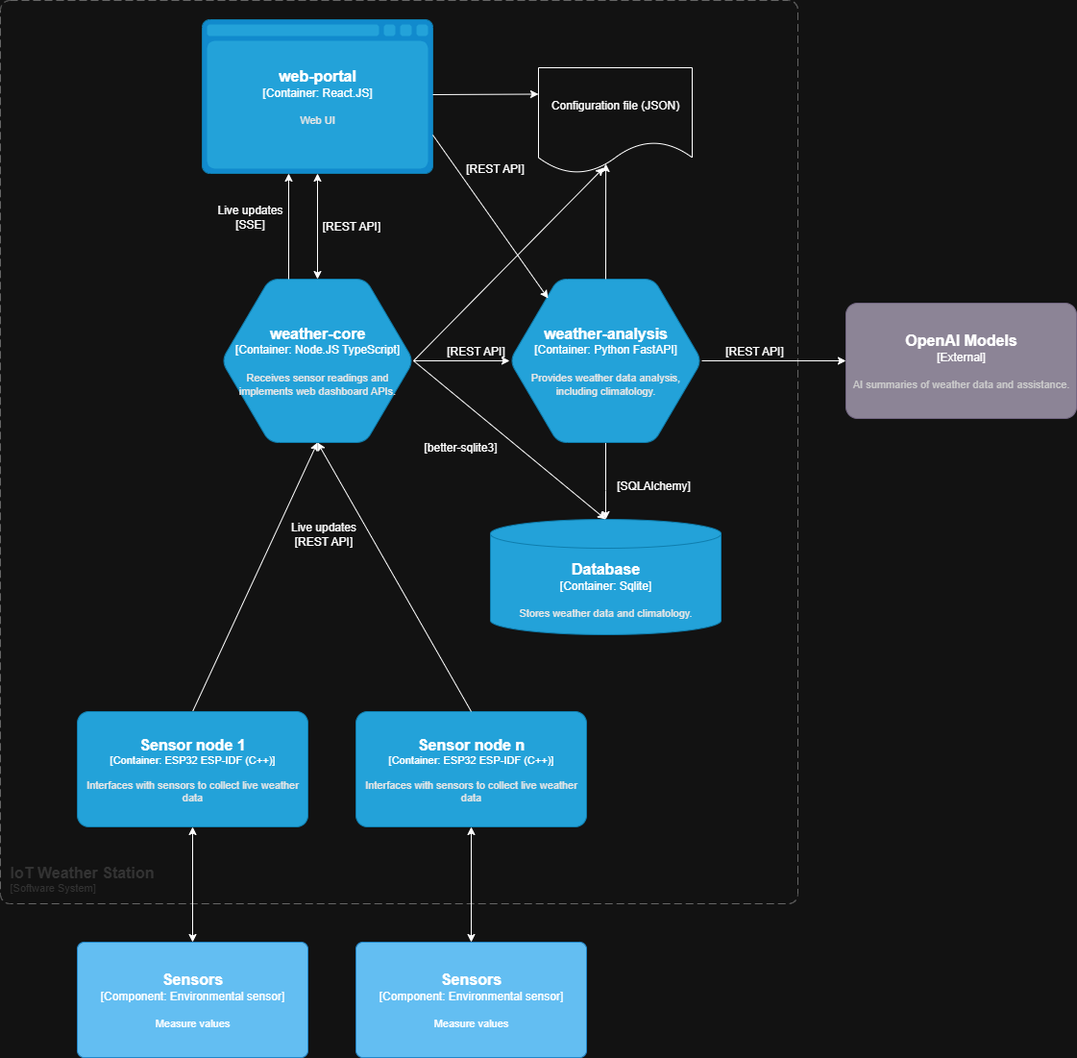
Above: architecture.drawio.png in al-c95/IoTWeatherStation (draw.io), before the change. Source tidied: cells renumbered, new cells last; positions are measured from the earlier drawing's top-left corner, leaving out a move shared by most shapes.
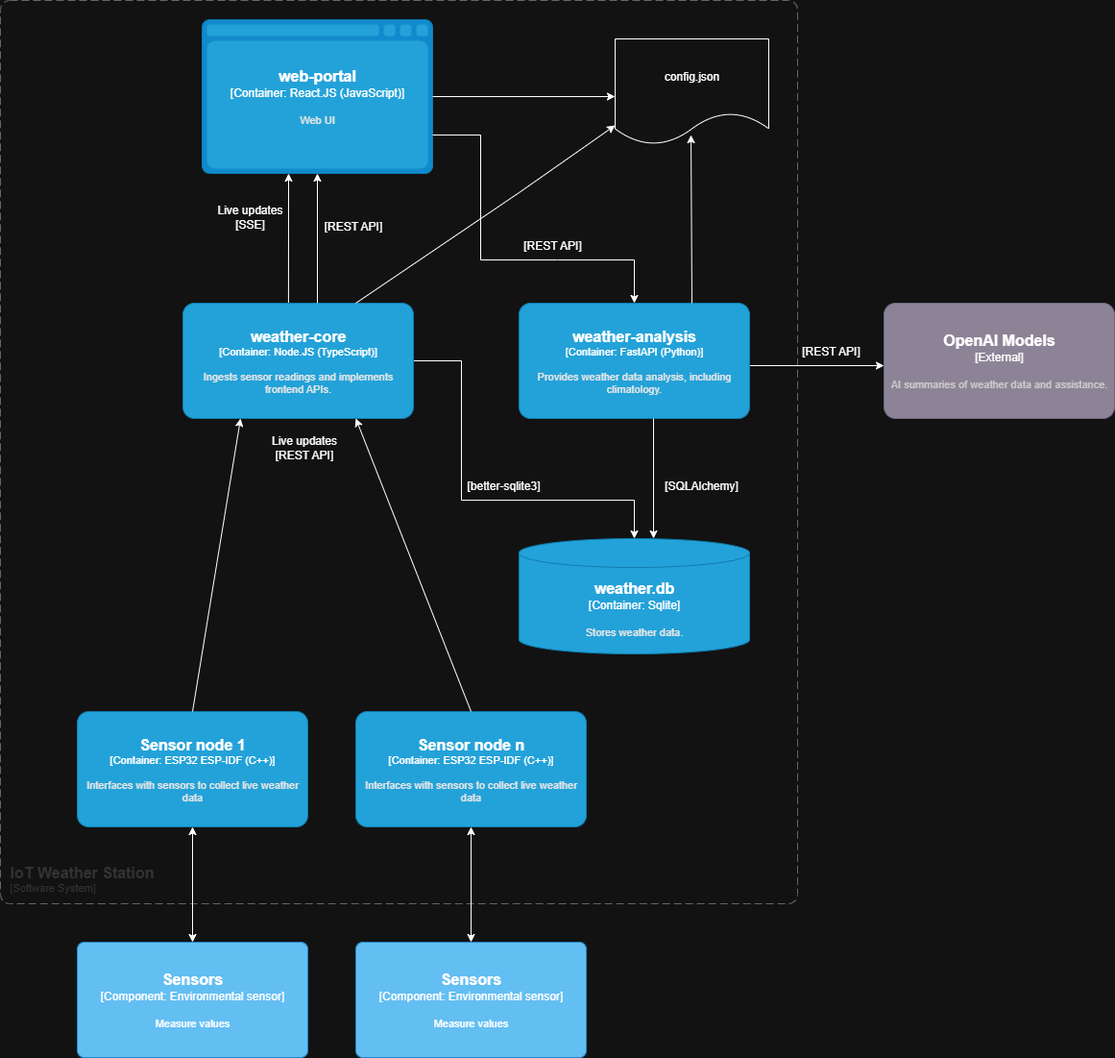
After the commit.

What changed in the source:
```diff
@@ -2,19 +2,14 @@
   <root>
     <mxCell id="0" />
     <mxCell id="1" parent="0" />
-    <object id="2" label="&lt;font style=&quot;font-size: 16px&quot;&gt;&lt;b&gt;%c4Name%&lt;/b&gt;&lt;/font&gt;&lt;div&gt;[%c4Type%:&amp;nbsp;%c4Technology%]&lt;/div&gt;&lt;br&gt;&lt;div&gt;&lt;font style=&quot;font-size: 11px&quot;&gt;&lt;font color=&quot;#E6E6E6&quot;&gt;%c4Description%&lt;/font&gt;&lt;/div&gt;" c4Description="Receives sensor readings and implements web dashboard APIs." c4Name="weather-core" c4Technology="Node.JS TypeScript" c4Type="Container" placeholders="1">
-      <mxCell style="shape=hexagon;size=50;perimeter=hexagonPerimeter2;whiteSpace=wrap;html=1;fixedSize=1;rounded=1;labelBackgroundColor=none;fillColor=#23A2D9;fontSize=12;fontColor=#ffffff;align=center;strokeColor=#0E7DAD;points=[[0.5,0,0],[1,0.25,0],[1,0.5,0],[1,0.75,0],[0.5,1,0],[0,0.75,0],[0,0.5,0],[0,0.25,0]];" parent="1" vertex="1">
-        <mxGeometry x="230" y="290" width="200" height="170" as="geometry" />
-      </mxCell>
-    </object>
-    <object id="3" label="&lt;font style=&quot;font-size: 16px&quot;&gt;&lt;b&gt;%c4Name%&lt;/b&gt;&lt;/font&gt;&lt;div&gt;[%c4Type%:&amp;nbsp;%c4Technology%]&lt;/div&gt;&lt;br&gt;&lt;div&gt;&lt;font style=&quot;font-size: 11px&quot;&gt;&lt;font color=&quot;#E6E6E6&quot;&gt;%c4Description%&lt;/font&gt;&lt;/div&gt;" c4Description="Web UI" c4Name="web-portal" c4Technology="React.JS" c4Type="Container" placeholders="1">
+    <object id="3" label="&lt;font style=&quot;font-size: 16px&quot;&gt;&lt;b&gt;%c4Name%&lt;/b&gt;&lt;/font&gt;&lt;div&gt;[%c4Type%:&amp;nbsp;%c4Technology%]&lt;/div&gt;&lt;br&gt;&lt;div&gt;&lt;font style=&quot;font-size: 11px&quot;&gt;&lt;font color=&quot;#E6E6E6&quot;&gt;%c4Description%&lt;/font&gt;&lt;/div&gt;" c4Description="Web UI" c4Name="web-portal" c4Technology="React.JS (JavaScript)" c4Type="Container" placeholders="1">
       <mxCell style="shape=mxgraph.c4.webBrowserContainer2;whiteSpace=wrap;html=1;boundedLbl=1;rounded=0;labelBackgroundColor=none;strokeColor=#118ACD;fillColor=#23A2D9;strokeColor=#118ACD;strokeColor2=#0E7DAD;fontSize=12;fontColor=#ffffff;align=center;points=[[0.5,0,0],[1,0.25,0],[1,0.5,0],[1,0.75,0],[0.5,1,0],[0,0.75,0],[0,0.5,0],[0,0.25,0]];" parent="1" vertex="1">
         <mxGeometry x="210" y="20" width="240" height="160" as="geometry" />
       </mxCell>
     </object>
-    <object id="4" label="&lt;font style=&quot;font-size: 16px&quot;&gt;&lt;b&gt;%c4Name%&lt;/b&gt;&lt;/font&gt;&lt;div&gt;[%c4Type%:&amp;nbsp;%c4Technology%]&lt;/div&gt;&lt;br&gt;&lt;div&gt;&lt;font style=&quot;font-size: 11px&quot;&gt;&lt;font color=&quot;#E6E6E6&quot;&gt;%c4Description%&lt;/font&gt;&lt;/div&gt;" c4Description="Stores weather data and climatology." c4Name="Database" c4Technology="Sqlite" c4Type="Container" placeholders="1">
+    <object id="4" label="&lt;font style=&quot;font-size: 16px&quot;&gt;&lt;b&gt;%c4Name%&lt;/b&gt;&lt;/font&gt;&lt;div&gt;[%c4Type%:&amp;nbsp;%c4Technology%]&lt;/div&gt;&lt;br&gt;&lt;div&gt;&lt;font style=&quot;font-size: 11px&quot;&gt;&lt;font color=&quot;#E6E6E6&quot;&gt;%c4Description%&lt;/font&gt;&lt;/div&gt;" c4Description="Stores weather data." c4Name="weather.db" c4Technology="Sqlite" c4Type="Container" placeholders="1">
       <mxCell style="shape=cylinder3;size=15;whiteSpace=wrap;html=1;boundedLbl=1;rounded=0;labelBackgroundColor=none;fillColor=#23A2D9;fontSize=12;fontColor=#ffffff;align=center;strokeColor=#0E7DAD;points=[[0.5,0,0],[1,0.25,0],[1,0.5,0],[1,0.75,0],[0.5,1,0],[0,0.75,0],[0,0.5,0],[0,0.25,0]];" parent="1" vertex="1">
-        <mxGeometry x="510" y="540" width="240" height="120" as="geometry" />
+        <mxGeometry x="540" y="560" width="240" height="120" as="geometry" />
       </mxCell>
     </object>
     <object id="5" label="&lt;font style=&quot;font-size: 16px&quot;&gt;&lt;b&gt;&lt;div style=&quot;text-align: left&quot;&gt;%c4Name%&lt;/div&gt;&lt;/b&gt;&lt;/font&gt;&lt;div style=&quot;text-align: left&quot;&gt;[%c4Application%]&lt;/div&gt;" c4Application="Software System" c4Name="IoT Weather Station" c4Type="SystemScopeBoundary" placeholders="1">
@@ -24,7 +19,7 @@
     </object>
     <object id="6" label="&lt;font style=&quot;font-size: 16px&quot;&gt;&lt;b&gt;%c4Name%&lt;/b&gt;&lt;/font&gt;&lt;div&gt;[%c4Type%]&lt;/div&gt;&lt;br&gt;&lt;div&gt;&lt;font style=&quot;font-size: 11px&quot;&gt;&lt;font color=&quot;#cccccc&quot;&gt;%c4Description%&lt;/font&gt;&lt;/div&gt;" c4Description="AI summaries of weather data and assistance." c4Name="OpenAI Models" c4Type="External" placeholders="1">
       <mxCell style="rounded=1;whiteSpace=wrap;html=1;labelBackgroundColor=none;fillColor=#8C8496;fontColor=#ffffff;align=center;arcSize=10;strokeColor=#736782;points=[[0.25,0,0],[0.5,0,0],[0.75,0,0],[1,0.25,0],[1,0.5,0],[1,0.75,0],[0.75,1,0],[0.5,1,0],[0.25,1,0],[0,0.75,0],[0,0.5,0],[0,0.25,0]];" parent="1" vertex="1">
-        <mxGeometry x="880" y="315" width="240" height="120" as="geometry" />
+        <mxGeometry x="920" y="315" width="240" height="120" as="geometry" />
       </mxCell>
     </object>
     <object id="7" label="&lt;font style=&quot;font-size: 16px&quot;&gt;&lt;b&gt;%c4Name%&lt;/b&gt;&lt;/font&gt;&lt;div&gt;[%c4Type%: %c4Technology%]&lt;/div&gt;&lt;br&gt;&lt;div&gt;&lt;font style=&quot;font-size: 11px&quot;&gt;%c4Description%&lt;/font&gt;&lt;/div&gt;" c4Description="Measure values" c4Name="Sensors" c4Technology="Environmental sensor" c4Type="Component" placeholders="1">
@@ -32,62 +27,35 @@
         <mxGeometry x="80" y="980" width="240" height="120" as="geometry" />
       </mxCell>
     </object>
-    <mxCell id="8" style="endArrow=classic;startArrow=classic;html=1;rounded=0;entryX=0.5;entryY=1;entryDx=0;entryDy=0;entryPerimeter=0;exitX=0.5;exitY=0;exitDx=0;exitDy=0;exitPerimeter=0;" parent="1" edge="1" source="2" target="3">
-      <mxGeometry relative="1" as="geometry" />
-    </mxCell>
-    <mxCell id="9" style="endArrow=classic;startArrow=none;html=1;rounded=0;entryX=0.5;entryY=1;entryDx=0;entryDy=0;entryPerimeter=0;startFill=0;" parent="1" edge="1" target="2">
-      <mxGeometry relative="1" as="geometry">
-        <mxPoint x="200" y="740" as="sourcePoint" />
-      </mxGeometry>
-    </mxCell>
-    <mxCell id="10" style="endArrow=classic;startArrow=classic;html=1;rounded=0;exitX=0.5;exitY=0;exitDx=0;exitDy=0;exitPerimeter=0;entryX=0.5;entryY=0;entryDx=0;entryDy=0;entryPerimeter=0;" parent="1" edge="1" source="18" target="4">
-      <mxGeometry relative="1" as="geometry">
-        <Array as="points">
-          <mxPoint x="630" y="440" />
-          <mxPoint x="630" y="510" />
-        </Array>
-      </mxGeometry>
-    </mxCell>
     <object id="11" label="&lt;font style=&quot;font-size: 16px&quot;&gt;&lt;b&gt;%c4Name%&lt;/b&gt;&lt;/font&gt;&lt;div&gt;[%c4Type%: %c4Technology%]&lt;/div&gt;&lt;br&gt;&lt;div&gt;&lt;font style=&quot;font-size: 11px&quot;&gt;&lt;font color=&quot;#E6E6E6&quot;&gt;%c4Description%&lt;/font&gt;&lt;/div&gt;" c4Description="Interfaces with sensors to collect live weather data" c4Name="Sensor node 1" c4Technology="ESP32 ESP-IDF (C++)" c4Type="Container" placeholders="1">
       <mxCell style="rounded=1;whiteSpace=wrap;html=1;fontSize=11;labelBackgroundColor=none;fillColor=#23A2D9;fontColor=#ffffff;align=center;arcSize=10;strokeColor=#0E7DAD;points=[[0.25,0,0],[0.5,0,0],[0.75,0,0],[1,0.25,0],[1,0.5,0],[1,0.75,0],[0.75,1,0],[0.5,1,0],[0.25,1,0],[0,0.75,0],[0,0.5,0],[0,0.25,0]];" parent="1" vertex="1">
         <mxGeometry x="80" y="740" width="240" height="120" as="geometry" />
       </mxCell>
     </object>
     <mxCell id="12" value="[REST API]" style="text;html=1;align=center;verticalAlign=middle;whiteSpace=wrap;rounded=0;" parent="1" vertex="1">
-      <mxGeometry x="750" y="350" width="70" height="30" as="geometry" />
+      <mxGeometry x="830" y="350" width="70" height="30" as="geometry" />
     </mxCell>
     <mxCell id="13" value="[SQLAlchemy]" style="text;html=1;align=center;verticalAlign=middle;whiteSpace=wrap;rounded=0;" parent="1" vertex="1">
-      <mxGeometry x="640" y="490" width="80" height="30" as="geometry" />
+      <mxGeometry x="690" y="490" width="80" height="30" as="geometry" />
     </mxCell>
     <mxCell id="14" value="[REST API]" style="text;html=1;align=center;verticalAlign=middle;whiteSpace=wrap;rounded=0;" parent="1" vertex="1">
-      <mxGeometry x="327.5" y="220" width="75" height="30" as="geometry" />
+      <mxGeometry x="330" y="220" width="75" height="30" as="geometry" />
     </mxCell>
-    <mxCell id="15" style="endArrow=classic;html=1;rounded=0;" parent="1" edge="1">
+    <mxCell id="15" style="endArrow=classic;html=1;rounded=0;exitX=0.458;exitY=0.042;exitDx=0;exitDy=0;exitPerimeter=0;" parent="1" edge="1" source="35">
       <mxGeometry relative="1" as="geometry">
-        <mxPoint x="300" y="290" as="sourcePoint" />
         <mxPoint x="300" y="180" as="targetPoint" />
       </mxGeometry>
     </mxCell>
     <mxCell id="16" value="Live updates&lt;div&gt;[REST API]&lt;/div&gt;" style="text;html=1;align=center;verticalAlign=middle;whiteSpace=wrap;rounded=0;" parent="1" vertex="1">
-      <mxGeometry x="290" y="540" width="92.5" height="30" as="geometry" />
+      <mxGeometry x="270" y="450" width="92.5" height="30" as="geometry" />
     </mxCell>
     <mxCell id="17" value="Live updates&lt;div&gt;[SSE]&lt;/div&gt;" style="text;html=1;align=center;verticalAlign=middle;whiteSpace=wrap;rounded=0;" parent="1" vertex="1">
       <mxGeometry x="220" y="210" width="80" height="30" as="geometry" />
     </mxCell>
-    <object id="18" label="&lt;font style=&quot;font-size: 16px&quot;&gt;&lt;b&gt;%c4Name%&lt;/b&gt;&lt;/font&gt;&lt;div&gt;[%c4Type%:&amp;nbsp;%c4Technology%]&lt;/div&gt;&lt;br&gt;&lt;div&gt;&lt;font style=&quot;font-size: 11px&quot;&gt;&lt;font color=&quot;#E6E6E6&quot;&gt;%c4Description%&lt;/font&gt;&lt;/div&gt;" c4Description="Provides weather data analysis, including climatology." c4Name="weather-analysis" c4Technology="Python FastAPI" c4Type="Container" placeholders="1">
-      <mxCell style="shape=hexagon;size=50;perimeter=hexagonPerimeter2;whiteSpace=wrap;html=1;fixedSize=1;rounded=1;labelBackgroundColor=none;fillColor=#23A2D9;fontSize=12;fontColor=#ffffff;align=center;strokeColor=#0E7DAD;points=[[0.5,0,0],[1,0.25,0],[1,0.5,0],[1,0.75,0],[0.5,1,0],[0,0.75,0],[0,0.5,0],[0,0.25,0]];" parent="1" vertex="1">
-        <mxGeometry x="530" y="290" width="200" height="170" as="geometry" />
-      </mxCell>
-    </object>
-    <mxCell id="19" style="endArrow=classic;html=1;rounded=0;exitX=1;exitY=0.5;exitDx=0;exitDy=0;exitPerimeter=0;entryX=0;entryY=0.5;entryDx=0;entryDy=0;entryPerimeter=0;" parent="1" edge="1" source="2" target="18">
-      <mxGeometry relative="1" as="geometry" />
-    </mxCell>
-    <mxCell id="20" value="[REST API]" style="text;html=1;align=center;verticalAlign=middle;whiteSpace=wrap;rounded=0;" parent="1" vertex="1">
-      <mxGeometry x="460" y="350" width="70" height="30" as="geometry" />
-    </mxCell>
-    <mxCell id="21" style="endArrow=classic;html=1;rounded=0;entryX=0;entryY=0.5;entryDx=0;entryDy=0;entryPerimeter=0;" parent="1" edge="1" target="6">
+    <mxCell id="21" style="endArrow=classic;html=1;rounded=0;" parent="1" edge="1">
       <mxGeometry relative="1" as="geometry">
-        <mxPoint x="730" y="375" as="sourcePoint" />
+        <mxPoint x="770" y="380" as="sourcePoint" />
+        <mxPoint x="920" y="380" as="targetPoint" />
       </mxGeometry>
     </mxCell>
     <object id="22" label="&lt;font style=&quot;font-size: 16px&quot;&gt;&lt;b&gt;%c4Name%&lt;/b&gt;&lt;/font&gt;&lt;div&gt;[%c4Type%: %c4Technology%]&lt;/div&gt;&lt;br&gt;&lt;div&gt;&lt;font style=&quot;font-size: 11px&quot;&gt;&lt;font color=&quot;#E6E6E6&quot;&gt;%c4Description%&lt;/font&gt;&lt;/div&gt;" c4Description="Interfaces with sensors to collect live weather data" c4Name="Sensor node n" c4Technology="ESP32 ESP-IDF (C++)" c4Type="Container" placeholders="1">
@@ -95,11 +63,6 @@
         <mxGeometry x="370" y="740" width="240" height="120" as="geometry" />
       </mxCell>
     </object>
-    <mxCell id="23" style="endArrow=classic;html=1;rounded=0;exitX=0.5;exitY=0;exitDx=0;exitDy=0;exitPerimeter=0;" parent="1" edge="1" source="22">
-      <mxGeometry relative="1" as="geometry">
-        <mxPoint x="330" y="460" as="targetPoint" />
-      </mxGeometry>
-    </mxCell>
     <object id="24" label="&lt;font style=&quot;font-size: 16px&quot;&gt;&lt;b&gt;%c4Name%&lt;/b&gt;&lt;/font&gt;&lt;div&gt;[%c4Type%: %c4Technology%]&lt;/div&gt;&lt;br&gt;&lt;div&gt;&lt;font style=&quot;font-size: 11px&quot;&gt;%c4Description%&lt;/font&gt;&lt;/div&gt;" c4Description="Measure values" c4Name="Sensors" c4Technology="Environmental sensor" c4Type="Component" placeholders="1">
       <mxCell style="rounded=1;whiteSpace=wrap;html=1;labelBackgroundColor=none;fillColor=#63BEF2;fontColor=#ffffff;align=center;arcSize=6;strokeColor=#2086C9;points=[[0.25,0,0],[0.5,0,0],[0.75,0,0],[1,0.25,0],[1,0.5,0],[1,0.75,0],[0.75,1,0],[0.5,1,0],[0.25,1,0],[0,0.75,0],[0,0.5,0],[0,0.25,0]];" parent="1" vertex="1">
         <mxGeometry x="370" y="980" width="240" height="120" as="geometry" />
@@ -111,35 +74,83 @@
     <mxCell id="26" style="endArrow=classic;startArrow=classic;html=1;rounded=0;entryX=0.5;entryY=1;entryDx=0;entryDy=0;entryPerimeter=0;exitX=0.5;exitY=0;exitDx=0;exitDy=0;exitPerimeter=0;" parent="1" edge="1" source="24" target="22">
       <mxGeometry relative="1" as="geometry" />
     </mxCell>
-    <mxCell id="27" style="endArrow=classic;html=1;rounded=0;exitX=1;exitY=0.5;exitDx=0;exitDy=0;exitPerimeter=0;" parent="1" edge="1" source="2">
+    <mxCell id="27" style="endArrow=classic;html=1;rounded=0;exitX=1;exitY=0.5;exitDx=0;exitDy=0;exitPerimeter=0;" parent="1" edge="1">
       <mxGeometry relative="1" as="geometry">
-        <mxPoint x="630" y="540" as="targetPoint" />
+        <mxPoint x="430" y="375" as="sourcePoint" />
+        <mxPoint x="660" y="560" as="targetPoint" />
+        <Array as="points">
+          <mxPoint x="480" y="375" />
+          <mxPoint x="480" y="520" />
+          <mxPoint x="660" y="520" />
+        </Array>
       </mxGeometry>
     </mxCell>
     <mxCell id="28" value="[better-sqlite3]" style="text;strokeColor=none;fillColor=none;align=left;verticalAlign=middle;spacingLeft=4;spacingRight=4;overflow=hidden;whiteSpace=wrap;html=1;" parent="1" vertex="1">
-      <mxGeometry x="435" y="450" width="90" height="30" as="geometry" />
+      <mxGeometry x="480" y="490" width="90" height="30" as="geometry" />
     </mxCell>
-    <mxCell id="29" value="Configuration file (JSON)" style="shape=document;whiteSpace=wrap;html=1;boundedLbl=1;" parent="1" vertex="1">
-      <mxGeometry x="560" y="70" width="160" height="110" as="geometry" />
+    <mxCell id="29" value="config.json" style="shape=document;whiteSpace=wrap;html=1;boundedLbl=1;" parent="1" vertex="1">
+      <mxGeometry x="640" y="40" width="160" height="110" as="geometry" />
     </mxCell>
-    <mxCell id="30" style="endArrow=classic;html=1;rounded=0;exitX=0.5;exitY=0;exitDx=0;exitDy=0;exitPerimeter=0;entryX=0.438;entryY=0.909;entryDx=0;entryDy=0;entryPerimeter=0;" parent="1" edge="1" source="18" target="29">
-      <mxGeometry relative="1" as="geometry" />
-    </mxCell>
-    <mxCell id="31" style="endArrow=classic;html=1;rounded=0;exitX=1;exitY=0.5;exitDx=0;exitDy=0;exitPerimeter=0;entryX=0.425;entryY=0.945;entryDx=0;entryDy=0;entryPerimeter=0;" parent="1" edge="1" source="2" target="29">
-      <mxGeometry relative="1" as="geometry" />
-    </mxCell>
-    <mxCell id="32" style="endArrow=classic;html=1;rounded=0;entryX=0;entryY=0.25;entryDx=0;entryDy=0;" parent="1" edge="1" target="29">
-      <mxGeometry relative="1" as="geometry">
-        <mxPoint x="450" y="98" as="sourcePoint" />
-      </mxGeometry>
-    </mxCell>
-    <mxCell id="33" style="endArrow=classic;html=1;rounded=0;exitX=1;exitY=0.75;exitDx=0;exitDy=0;exitPerimeter=0;" parent="1" edge="1" source="3">
+    <mxCell id="33" style="endArrow=classic;html=1;rounded=0;exitX=1;exitY=0.75;exitDx=0;exitDy=0;exitPerimeter=0;" parent="1" edge="1" source="3" target="36">
       <mxGeometry relative="1" as="geometry">
-        <mxPoint x="570" y="310" as="targetPoint" />
+        <Array as="points">
+          <mxPoint x="500" y="140" />
+          <mxPoint x="500" y="270" />
+          <mxPoint x="580" y="270" />
+          <mxPoint x="660" y="270" />
+        </Array>
       </mxGeometry>
     </mxCell>
     <mxCell id="34" value="[REST API]" style="text;html=1;align=center;verticalAlign=middle;whiteSpace=wrap;rounded=0;" parent="1" vertex="1">
-      <mxGeometry x="480" y="160" width="70" height="30" as="geometry" />
+      <mxGeometry x="540" y="240" width="70" height="30" as="geometry" />
     </mxCell>
+    <object id="35" label="&lt;font style=&quot;font-size: 16px&quot;&gt;&lt;b&gt;%c4Name%&lt;/b&gt;&lt;/font&gt;&lt;div&gt;[%c4Type%: %c4Technology%]&lt;/div&gt;&lt;br&gt;&lt;div&gt;&lt;font style=&quot;font-size: 11px&quot;&gt;&lt;font color=&quot;#E6E6E6&quot;&gt;%c4Description%&lt;/font&gt;&lt;/div&gt;" c4Description="Ingests sensor readings and implements frontend APIs." c4Name="weather-core" c4Technology="Node.JS (TypeScript)" c4Type="Container" placeholders="1">
+      <mxCell style="rounded=1;whiteSpace=wrap;html=1;fontSize=11;labelBackgroundColor=none;fillColor=#23A2D9;fontColor=#ffffff;align=center;arcSize=10;strokeColor=#0E7DAD;points=[[0.25,0,0],[0.5,0,0],[0.75,0,0],[1,0.25,0],[1,0.5,0],[1,0.75,0],[0.75,1,0],[0.5,1,0],[0.25,1,0],[0,0.75,0],[0,0.5,0],[0,0.25,0]];" parent="1" vertex="1">
+        <mxGeometry x="190" y="315" width="240" height="120" as="geometry" />
+      </mxCell>
+    </object>
+    <object id="36" label="&lt;font style=&quot;font-size: 16px&quot;&gt;&lt;b&gt;%c4Name%&lt;/b&gt;&lt;/font&gt;&lt;div&gt;[%c4Type%: %c4Technology%]&lt;/div&gt;&lt;br&gt;&lt;div&gt;&lt;font style=&quot;font-size: 11px&quot;&gt;&lt;font color=&quot;#E6E6E6&quot;&gt;%c4Description%&lt;/font&gt;&lt;/div&gt;" c4Description="Provides weather data analysis, including climatology." c4Name="weather-analysis" c4Technology="FastAPI (Python)" c4Type="Container" placeholders="1">
+      <mxCell style="rounded=1;whiteSpace=wrap;html=1;fontSize=11;labelBackgroundColor=none;fillColor=#23A2D9;fontColor=#ffffff;align=center;arcSize=10;strokeColor=#0E7DAD;points=[[0.25,0,0],[0.5,0,0],[0.75,0,0],[1,0.25,0],[1,0.5,0],[1,0.75,0],[0.75,1,0],[0.5,1,0],[0.25,1,0],[0,0.75,0],[0,0.5,0],[0,0.25,0]];" parent="1" vertex="1">
+        <mxGeometry x="540" y="315" width="240" height="120" as="geometry" />
+      </mxCell>
+    </object>
+    <mxCell id="37" style="endArrow=classic;html=1;rounded=0;entryX=0.25;entryY=1;entryDx=0;entryDy=0;entryPerimeter=0;" parent="1" edge="1" target="35">
+      <mxGeometry relative="1" as="geometry">
+        <mxPoint x="200" y="740" as="sourcePoint" />
+      </mxGeometry>
+    </mxCell>
+    <mxCell id="38" style="endArrow=classic;html=1;rounded=0;exitX=0.5;exitY=0;exitDx=0;exitDy=0;exitPerimeter=0;entryX=0.75;entryY=1;entryDx=0;entryDy=0;entryPerimeter=0;" parent="1" edge="1" source="22" target="35">
+      <mxGeometry relative="1" as="geometry" />
+    </mxCell>
+    <mxCell id="39" style="endArrow=classic;html=1;rounded=0;exitX=0.5;exitY=1;exitDx=0;exitDy=0;exitPerimeter=0;entryX=0.5;entryY=0;entryDx=0;entryDy=0;entryPerimeter=0;" parent="1" edge="1">
+      <mxGeometry relative="1" as="geometry">
+        <mxPoint x="680" y="435" as="sourcePoint" />
+        <mxPoint x="680" y="560" as="targetPoint" />
+      </mxGeometry>
+    </mxCell>
+    <mxCell id="40" style="endArrow=classic;html=1;rounded=0;" parent="1" edge="1">
+      <mxGeometry relative="1" as="geometry">
+        <mxPoint x="450" y="100" as="sourcePoint" />
+        <mxPoint x="640" y="100" as="targetPoint" />
+      </mxGeometry>
+    </mxCell>
+    <mxCell id="41" style="endArrow=classic;html=1;rounded=0;exitX=0.75;exitY=0;exitDx=0;exitDy=0;exitPerimeter=0;" parent="1" edge="1" source="36">
+      <mxGeometry relative="1" as="geometry">
+        <mxPoint x="719" y="140" as="targetPoint" />
+      </mxGeometry>
+    </mxCell>
+    <mxCell id="42" style="endArrow=classic;html=1;rounded=0;exitX=0.75;exitY=0;exitDx=0;exitDy=0;exitPerimeter=0;" parent="1" edge="1" source="35">
+      <mxGeometry relative="1" as="geometry">
+        <mxPoint x="640" y="130" as="targetPoint" />
+        <Array as="points">
+          <mxPoint x="540" y="200" />
+        </Array>
+      </mxGeometry>
+    </mxCell>
+    <mxCell id="43" style="endArrow=classic;html=1;rounded=0;entryX=0.5;entryY=1;entryDx=0;entryDy=0;entryPerimeter=0;" parent="1" edge="1" target="3">
+      <mxGeometry relative="1" as="geometry">
+        <mxPoint x="330" y="315" as="sourcePoint" />
+      </mxGeometry>
+    </mxCell>
   </root>
 </mxGraphModel>
```
